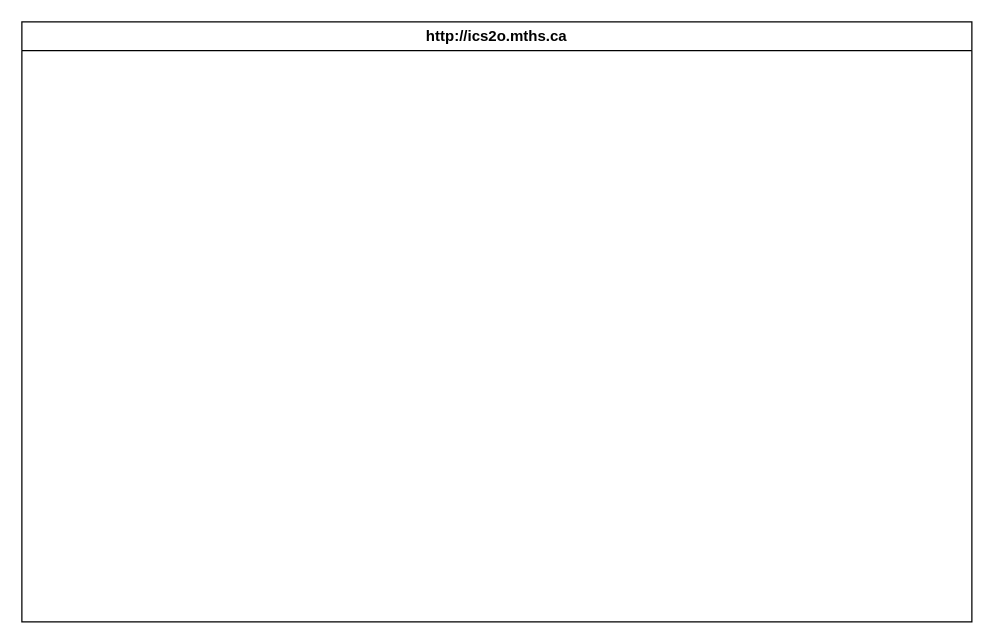
This is design/storyboard.drawio from MTHS-ICS2O-2-2022/ICS2O-Unit-5-08-Armatys22, a draw.io file, before an edit. Source tidied: cells renumbered, new cells numbered last; positions are measured from the earlier drawing's top-left corner, leaving out a move shared by most shapes. Both pictures are drawn from the tidied source at 125%, with x=0, y=0 at pixel (21, 21).
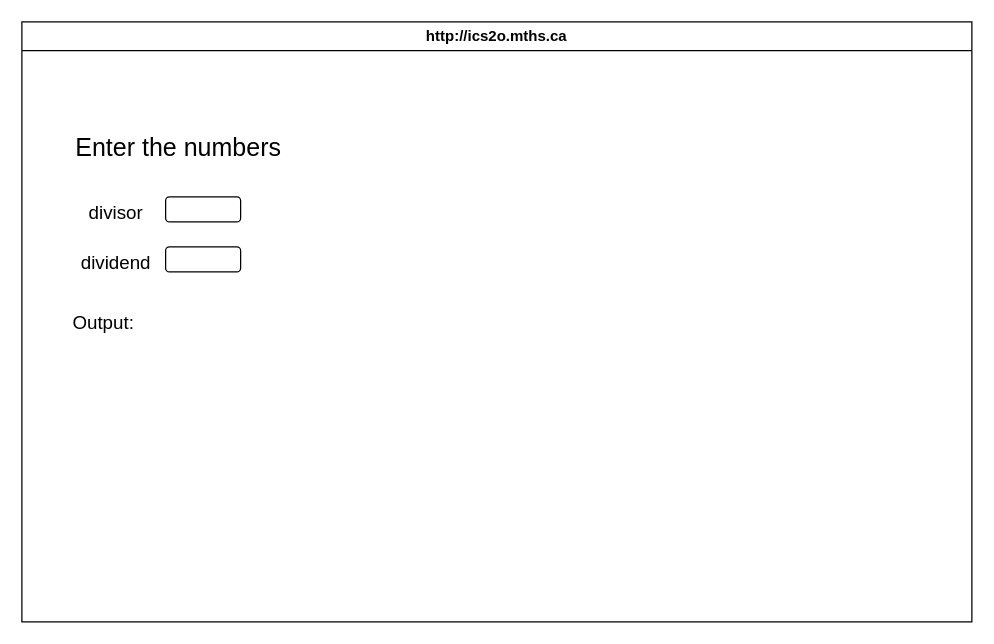
The same diagram, later.

The edit, as a diff of the source:
```diff
@@
 <mxGraphModel>
   <root>
     <mxCell id="0" />
     <mxCell id="1" parent="0" />
     <mxCell id="2" value="http://ics2o.mths.ca" style="swimlane;whiteSpace=wrap;html=1;" parent="1" vertex="1">
       <mxGeometry width="760" height="480" as="geometry" />
     </mxCell>
+    <mxCell id="3" value="&lt;font style=&quot;font-size: 20px;&quot;&gt;Enter the numbers&lt;/font&gt;" style="text;html=1;align=center;verticalAlign=middle;strokeColor=none;fillColor=none;" parent="1" vertex="1">
+      <mxGeometry x="30" y="80" width="190" height="40" as="geometry" />
+    </mxCell>
+    <mxCell id="4" value="&lt;span style=&quot;font-size: 15px;&quot;&gt;divisor&lt;/span&gt;" style="text;html=1;align=center;verticalAlign=middle;strokeColor=none;fillColor=none;fontSize=20;" parent="1" vertex="1">
+      <mxGeometry x="40" y="130" width="70" height="40" as="geometry" />
+    </mxCell>
+    <mxCell id="5" value="&lt;span style=&quot;font-size: 15px;&quot;&gt;dividend&lt;/span&gt;" style="text;html=1;align=center;verticalAlign=middle;strokeColor=none;fillColor=none;fontSize=20;" parent="1" vertex="1">
+      <mxGeometry x="35" y="170" width="80" height="40" as="geometry" />
+    </mxCell>
+    <mxCell id="6" style="rounded=1;whiteSpace=wrap;html=1;fontSize=15;" parent="1" vertex="1">
+      <mxGeometry x="115" y="140" width="60" height="20" as="geometry" />
+    </mxCell>
+    <mxCell id="7" style="rounded=1;whiteSpace=wrap;html=1;fontSize=15;" parent="1" vertex="1">
+      <mxGeometry x="115" y="180" width="60" height="20" as="geometry" />
+    </mxCell>
+    <mxCell id="8" value="Output:" style="text;html=1;align=center;verticalAlign=middle;strokeColor=none;fillColor=none;fontSize=15;" parent="1" vertex="1">
+      <mxGeometry x="30" y="225" width="70" height="30" as="geometry" />
+    </mxCell>
   </root>
 </mxGraphModel>
```
